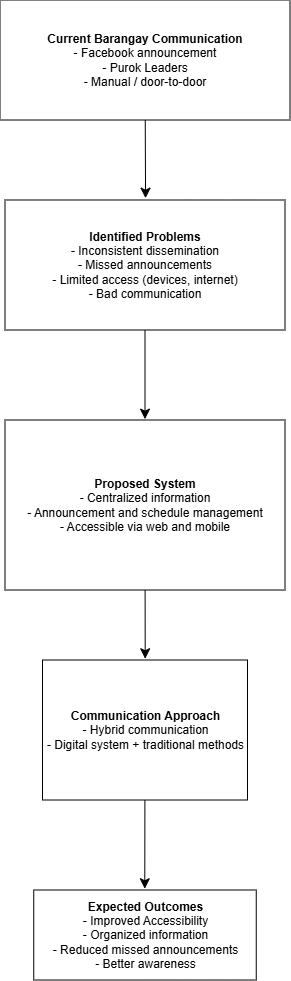
Above: final concept map.drawio.png in ur1el0/Capstone (draw.io), before the change. Source tidied: cells renumbered, new cells last; positions are measured from the earlier drawing's top-left corner, leaving out a move shared by most shapes.
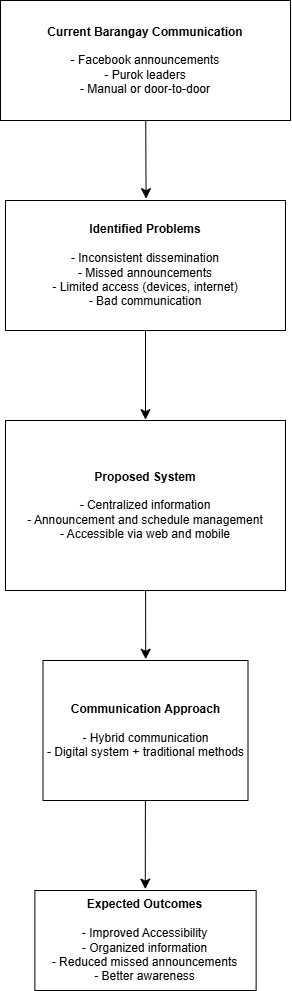
After the commit.

The edit, as a diff of the source:
```diff
@@ -5,29 +5,29 @@
     <mxCell id="2" style="edgeStyle=none;curved=1;rounded=0;jettySize=auto;html=1;fontSize=12;startSize=8;endSize=8;entryX=0.502;entryY=-0.014;entryDx=0;entryDy=0;entryPerimeter=0;strokeColor=light-dark(#000000,#FFFFFF);" parent="1" edge="1" source="3" target="5">
       <mxGeometry relative="1" as="geometry" />
     </mxCell>
-    <mxCell id="3" value="&lt;b&gt;Current Barangay Communication&lt;/b&gt;&lt;div&gt;- Facebook announcement&lt;/div&gt;&lt;div&gt;- Purok Leaders&lt;/div&gt;&lt;div&gt;- Manual / door-to-door&lt;/div&gt;" style="whiteSpace=wrap;html=1;strokeColor=light-dark(#000000,#FFFFFF);" parent="1" vertex="1">
+    <mxCell id="3" value="&lt;b&gt;Current Barangay Communication&lt;/b&gt;&lt;div&gt;&lt;b&gt;&lt;br&gt;&lt;/b&gt;&lt;div&gt;- Facebook announcements&lt;/div&gt;&lt;div&gt;- Purok leaders&lt;/div&gt;&lt;div&gt;- Manual or door-to-door&lt;/div&gt;&lt;/div&gt;" style="whiteSpace=wrap;html=1;strokeColor=light-dark(#000000,#FFFFFF);" parent="1" vertex="1">
       <mxGeometry width="290" height="120" as="geometry" />
     </mxCell>
     <mxCell id="4" style="edgeStyle=none;curved=1;rounded=0;jettySize=auto;html=1;fontSize=12;startSize=8;endSize=8;entryX=0.5;entryY=-0.005;entryDx=0;entryDy=0;entryPerimeter=0;strokeColor=light-dark(#000000,#FFFFFF);" parent="1" edge="1" source="5" target="7">
       <mxGeometry relative="1" as="geometry" />
     </mxCell>
-    <mxCell id="5" value="&lt;b&gt;Identified Problems&lt;/b&gt;&lt;div&gt;- Inconsistent dissemination&lt;/div&gt;&lt;div&gt;- Missed announcements&lt;/div&gt;&lt;div&gt;- Limited access (devices, internet)&lt;/div&gt;&lt;div&gt;- Bad communication&lt;/div&gt;" style="whiteSpace=wrap;html=1;strokeColor=light-dark(#000000,#FFFFFF);" parent="1" vertex="1">
+    <mxCell id="5" value="&lt;b&gt;Identified Problems&lt;/b&gt;&lt;div&gt;&lt;br&gt;&lt;/div&gt;&lt;div&gt;- Inconsistent dissemination&lt;/div&gt;&lt;div&gt;- Missed announcements&lt;/div&gt;&lt;div&gt;- Limited access (devices, internet)&lt;/div&gt;&lt;div&gt;- Bad communication&lt;/div&gt;" style="whiteSpace=wrap;html=1;strokeColor=light-dark(#000000,#FFFFFF);" parent="1" vertex="1">
       <mxGeometry x="5" y="200" width="280" height="130" as="geometry" />
     </mxCell>
     <mxCell id="6" style="edgeStyle=none;curved=1;rounded=0;jettySize=auto;html=1;fontSize=12;startSize=8;endSize=8;entryX=0.501;entryY=-0.009;entryDx=0;entryDy=0;entryPerimeter=0;strokeColor=light-dark(#000000,#FFFFFF);" parent="1" edge="1" source="7" target="9">
       <mxGeometry relative="1" as="geometry" />
     </mxCell>
-    <mxCell id="7" value="&lt;b&gt;Proposed System&lt;/b&gt;&lt;div&gt;- Centralized information&lt;/div&gt;&lt;div&gt;- Announcement and schedule management&lt;/div&gt;&lt;div&gt;- Accessible via web and mobile&lt;/div&gt;" style="whiteSpace=wrap;html=1;strokeColor=light-dark(#000000,#FFFFFF);" parent="1" vertex="1">
+    <mxCell id="7" value="&lt;b&gt;Proposed System&lt;/b&gt;&lt;div&gt;&lt;br&gt;&lt;/div&gt;&lt;div&gt;- Centralized information&lt;/div&gt;&lt;div&gt;- Announcement and schedule management&lt;/div&gt;&lt;div&gt;- Accessible via web and mobile&lt;/div&gt;" style="whiteSpace=wrap;html=1;strokeColor=light-dark(#000000,#FFFFFF);" parent="1" vertex="1">
       <mxGeometry x="5" y="420" width="280" height="170" as="geometry" />
     </mxCell>
     <mxCell id="8" style="edgeStyle=none;curved=1;rounded=0;jettySize=auto;html=1;fontSize=12;startSize=8;endSize=8;entryX=0.499;entryY=-0.014;entryDx=0;entryDy=0;entryPerimeter=0;strokeColor=light-dark(#000000,#FFFFFF);" parent="1" edge="1" source="9" target="10">
       <mxGeometry relative="1" as="geometry" />
     </mxCell>
-    <mxCell id="9" value="&lt;b&gt;Communication Approach&lt;/b&gt;&lt;div&gt;- Hybrid communication&lt;/div&gt;&lt;div&gt;- Digital system + traditional methods&lt;/div&gt;" style="whiteSpace=wrap;html=1;strokeColor=light-dark(#000000,#FFFFFF);" parent="1" vertex="1">
+    <mxCell id="9" value="&lt;b&gt;Communication Approach&lt;/b&gt;&lt;div&gt;&lt;br&gt;&lt;/div&gt;&lt;div&gt;- Hybrid communication&lt;/div&gt;&lt;div&gt;- Digital system + traditional methods&lt;/div&gt;" style="whiteSpace=wrap;html=1;strokeColor=light-dark(#000000,#FFFFFF);" parent="1" vertex="1">
       <mxGeometry x="42.5" y="660" width="205" height="140" as="geometry" />
     </mxCell>
-    <mxCell id="10" value="&lt;b&gt;Expected Outcomes&lt;/b&gt;&lt;div&gt;- Improved Accessibility&lt;/div&gt;&lt;div&gt;- Organized information&lt;/div&gt;&lt;div&gt;- Reduced missed announcements&lt;/div&gt;&lt;div&gt;- Better awareness&lt;/div&gt;" style="whiteSpace=wrap;html=1;strokeColor=light-dark(#000000,#FFFFFF);" parent="1" vertex="1">
-      <mxGeometry x="33.8" y="890" width="222.5" height="90" as="geometry" />
+    <mxCell id="10" value="&lt;b&gt;Expected Outcomes&lt;/b&gt;&lt;div&gt;&lt;br&gt;&lt;/div&gt;&lt;div&gt;- Improved Accessibility&lt;/div&gt;&lt;div&gt;- Organized information&lt;/div&gt;&lt;div&gt;- Reduced missed announcements&lt;/div&gt;&lt;div&gt;- Better awareness&lt;/div&gt;" style="whiteSpace=wrap;html=1;strokeColor=light-dark(#000000,#FFFFFF);" parent="1" vertex="1">
+      <mxGeometry x="34.4" y="890" width="221.2" height="100" as="geometry" />
     </mxCell>
   </root>
 </mxGraphModel>
```
